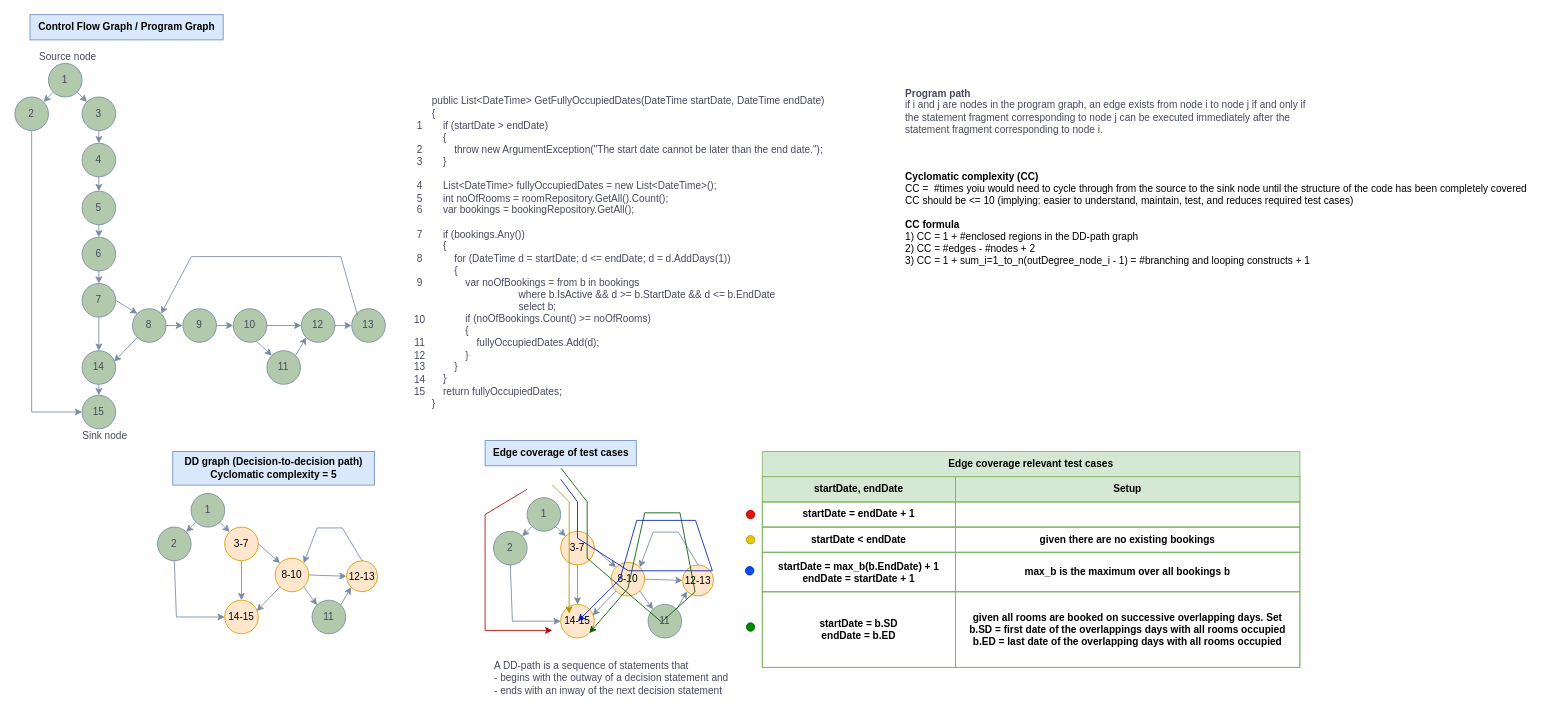
leaand01/WhiteBoxTesting_temp keeps this draw.io diagram as page "GetFullyOccupiedDates" (2 of 2) of Unavngivet diagram.drawio. Above is the earlier version. Source tidied: cells renumbered, new cells numbered last; positions are measured from the earlier drawing's top-left corner, leaving out a move shared by most shapes. Both pictures are drawn from the tidied source at 84%, with x=0, y=0 at pixel (14, 14).
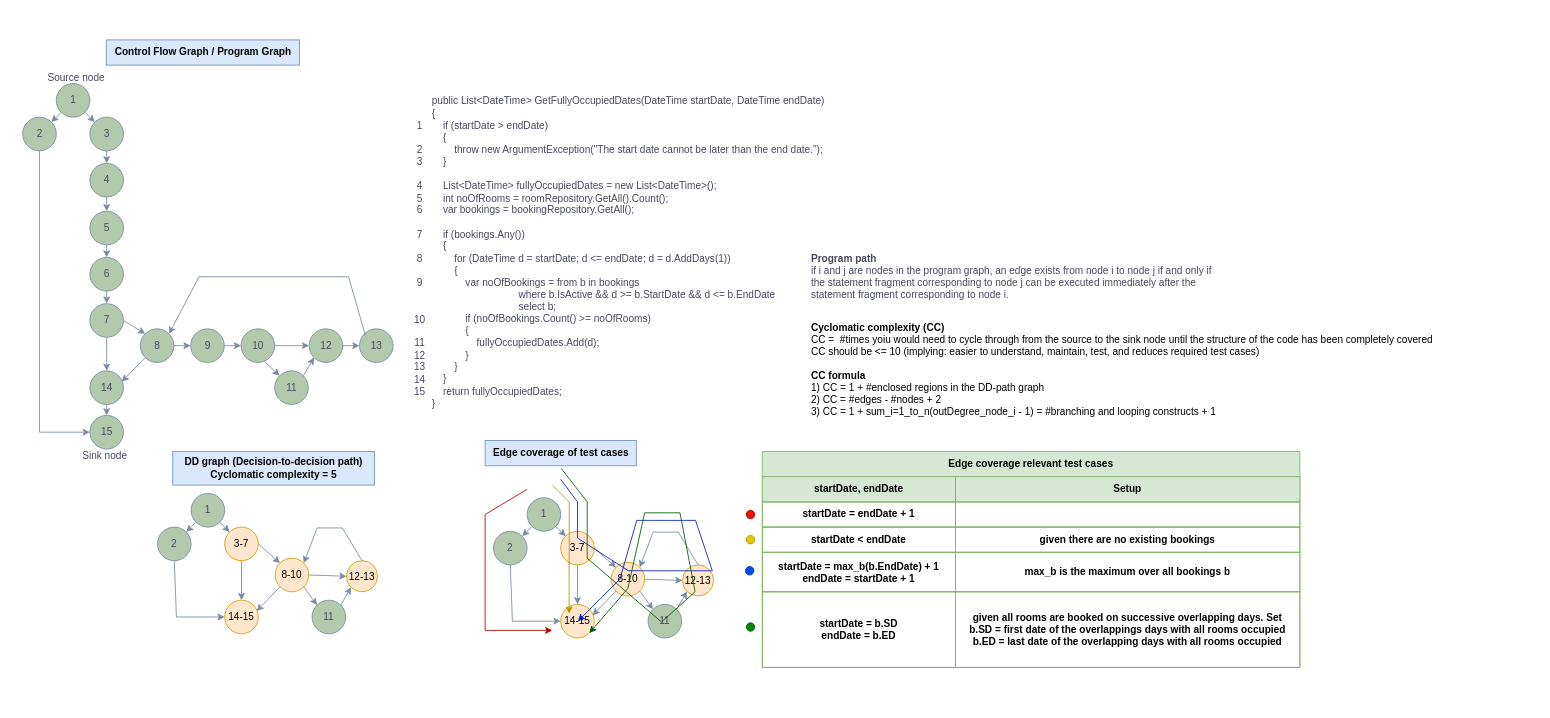
The same diagram, later.

Diff of the diagram source:
```diff
@@
     <mxCell id="4" value="&lt;b&gt;Control Flow Graph / Program Graph&lt;/b&gt;" style="text;html=1;align=center;verticalAlign=middle;strokeColor=#6c8ebf;fillColor=#dae8fc;labelBackgroundColor=none;" parent="1" vertex="1">
-      <mxGeometry x="18.2" width="230" height="30" as="geometry" />
+      <mxGeometry x="109" y="30" width="230" height="30" as="geometry" />
     </mxCell>
@@
     <mxCell id="6" value="&lt;div style=&quot;text-align: left;&quot;&gt;&lt;b style=&quot;background-color: initial;&quot;&gt;Cyclomatic complexity (CC)&lt;/b&gt;&lt;/div&gt;&lt;div&gt;&lt;div style=&quot;text-align: left;&quot;&gt;&lt;span style=&quot;background-color: initial;&quot;&gt;CC =&amp;nbsp; #times yoiu would need to cycle through from the source to the sink node until the structure of the code has been completely covered&lt;/span&gt;&lt;/div&gt;&lt;div style=&quot;text-align: left;&quot;&gt;CC should be &amp;lt;= 10 (implying: easier to&amp;nbsp;&lt;span style=&quot;background-color: initial;&quot;&gt;understand, maintain,&amp;nbsp;&lt;/span&gt;&lt;span style=&quot;background-color: initial;&quot;&gt;test, and reduces required test cases)&lt;/span&gt;&lt;/div&gt;&lt;/div&gt;&lt;div style=&quot;text-align: left;&quot;&gt;&lt;span style=&quot;background-color: initial;&quot;&gt;&lt;br&gt;&lt;/span&gt;&lt;/div&gt;&lt;div style=&quot;text-align: left;&quot;&gt;&lt;span style=&quot;background-color: initial;&quot;&gt;&lt;b&gt;CC formula&lt;/b&gt;&lt;/span&gt;&lt;/div&gt;&lt;div style=&quot;text-align: left;&quot;&gt;1) CC = 1 + #enclosed regions in the DD-path graph&lt;/div&gt;&lt;div style=&quot;text-align: left;&quot;&gt;2) CC = #edges - #nodes + 2&lt;/div&gt;&lt;div style=&quot;text-align: left;&quot;&gt;3) CC = 1 + sum_i=1_to_n(outDegree_node_i - 1) = #branching and looping constructs + 1&lt;/div&gt;&lt;div style=&quot;text-align: left;&quot;&gt;&lt;span style=&quot;background-color: initial;&quot;&gt;&lt;br&gt;&lt;/span&gt;&lt;/div&gt;" style="text;html=1;align=center;verticalAlign=middle;strokeColor=none;fillColor=none;" parent="1" vertex="1">
-      <mxGeometry x="1050" y="180" width="760" height="140" as="geometry" />
+      <mxGeometry x="938" y="360" width="760" height="140" as="geometry" />
     </mxCell>
     <mxCell id="7" value="1" style="ellipse;whiteSpace=wrap;html=1;labelBackgroundColor=none;fillColor=#B2C9AB;strokeColor=#788AA3;fontColor=#46495D;" parent="1" vertex="1">
-      <mxGeometry x="40.2" y="58" width="40" height="40" as="geometry" />
+      <mxGeometry x="49.5" y="82" width="40" height="40" as="geometry" />
     </mxCell>
     <mxCell id="8" value="2" style="ellipse;whiteSpace=wrap;html=1;labelBackgroundColor=none;fillColor=#B2C9AB;strokeColor=#788AA3;fontColor=#46495D;" parent="1" vertex="1">
-      <mxGeometry x="0.2" y="98" width="40" height="40" as="geometry" />
+      <mxGeometry x="9.5" y="122" width="40" height="40" as="geometry" />
     </mxCell>
     <mxCell id="9" value="3" style="ellipse;whiteSpace=wrap;html=1;labelBackgroundColor=none;fillColor=#B2C9AB;strokeColor=#788AA3;fontColor=#46495D;" parent="1" vertex="1">
-      <mxGeometry x="80.2" y="98" width="40" height="40" as="geometry" />
+      <mxGeometry x="89.5" y="122" width="40" height="40" as="geometry" />
     </mxCell>
     <mxCell id="10" value="4" style="ellipse;whiteSpace=wrap;html=1;labelBackgroundColor=none;fillColor=#B2C9AB;strokeColor=#788AA3;fontColor=#46495D;" parent="1" vertex="1">
-      <mxGeometry x="80.2" y="153" width="40" height="40" as="geometry" />
+      <mxGeometry x="89.5" y="177" width="40" height="40" as="geometry" />
     </mxCell>
     <mxCell id="11" value="5" style="ellipse;whiteSpace=wrap;html=1;labelBackgroundColor=none;fillColor=#B2C9AB;strokeColor=#788AA3;fontColor=#46495D;" parent="1" vertex="1">
-      <mxGeometry x="80.2" y="210" width="40" height="40" as="geometry" />
+      <mxGeometry x="89.5" y="234" width="40" height="40" as="geometry" />
     </mxCell>
     <mxCell id="12" value="6" style="ellipse;whiteSpace=wrap;html=1;labelBackgroundColor=none;fillColor=#B2C9AB;strokeColor=#788AA3;fontColor=#46495D;" parent="1" vertex="1">
-      <mxGeometry x="80.2" y="265" width="40" height="40" as="geometry" />
+      <mxGeometry x="89.5" y="289" width="40" height="40" as="geometry" />
     </mxCell>
     <mxCell id="13" value="7" style="ellipse;whiteSpace=wrap;html=1;labelBackgroundColor=none;fillColor=#B2C9AB;strokeColor=#788AA3;fontColor=#46495D;" parent="1" vertex="1">
-      <mxGeometry x="80.2" y="320" width="40" height="40" as="geometry" />
+      <mxGeometry x="89.5" y="344" width="40" height="40" as="geometry" />
     </mxCell>
     <mxCell id="14" value="8" style="ellipse;whiteSpace=wrap;html=1;labelBackgroundColor=none;fillColor=#B2C9AB;strokeColor=#788AA3;fontColor=#46495D;" parent="1" vertex="1">
-      <mxGeometry x="140.2" y="350" width="40" height="40" as="geometry" />
+      <mxGeometry x="149.5" y="374" width="40" height="40" as="geometry" />
     </mxCell>
     <mxCell id="15" value="9" style="ellipse;whiteSpace=wrap;html=1;labelBackgroundColor=none;fillColor=#B2C9AB;strokeColor=#788AA3;fontColor=#46495D;" parent="1" vertex="1">
-      <mxGeometry x="200.2" y="350" width="40" height="40" as="geometry" />
+      <mxGeometry x="209.5" y="374" width="40" height="40" as="geometry" />
     </mxCell>
     <mxCell id="16" value="10" style="ellipse;whiteSpace=wrap;html=1;labelBackgroundColor=none;fillColor=#B2C9AB;strokeColor=#788AA3;fontColor=#46495D;" parent="1" vertex="1">
-      <mxGeometry x="260.2" y="350" width="40" height="40" as="geometry" />
+      <mxGeometry x="269.5" y="374" width="40" height="40" as="geometry" />
     </mxCell>
     <mxCell id="17" value="11" style="ellipse;whiteSpace=wrap;html=1;labelBackgroundColor=none;fillColor=#B2C9AB;strokeColor=#788AA3;fontColor=#46495D;" parent="1" vertex="1">
-      <mxGeometry x="300.2" y="400" width="40" height="40" as="geometry" />
+      <mxGeometry x="309.5" y="424" width="40" height="40" as="geometry" />
     </mxCell>
     <mxCell id="18" value="12" style="ellipse;whiteSpace=wrap;html=1;labelBackgroundColor=none;fillColor=#B2C9AB;strokeColor=#788AA3;fontColor=#46495D;" parent="1" vertex="1">
-      <mxGeometry x="341.2" y="350" width="40" height="40" as="geometry" />
+      <mxGeometry x="350.5" y="374" width="40" height="40" as="geometry" />
     </mxCell>
     <mxCell id="19" value="14" style="ellipse;whiteSpace=wrap;html=1;labelBackgroundColor=none;fillColor=#B2C9AB;strokeColor=#788AA3;fontColor=#46495D;" parent="1" vertex="1">
-      <mxGeometry x="80.2" y="400" width="40" height="40" as="geometry" />
+      <mxGeometry x="89.5" y="424" width="40" height="40" as="geometry" />
     </mxCell>
     <mxCell id="20" value="15" style="ellipse;whiteSpace=wrap;html=1;labelBackgroundColor=none;fillColor=#B2C9AB;strokeColor=#788AA3;fontColor=#46495D;" parent="1" vertex="1">
-      <mxGeometry x="80.2" y="453" width="40" height="40" as="geometry" />
+      <mxGeometry x="89.5" y="477" width="40" height="40" as="geometry" />
     </mxCell>
     <mxCell id="21" style="edgeStyle=none;jettySize=auto;html=1;rounded=0;exitX=0.5;exitY=1;exitDx=0;exitDy=0;entryX=0;entryY=0.5;entryDx=0;entryDy=0;labelBackgroundColor=none;strokeColor=#788AA3;fontColor=default;" parent="1" edge="1" source="8" target="20">
       <mxGeometry relative="1" as="geometry">
         <Array as="points">
-          <mxPoint x="20.2" y="473" />
+          <mxPoint x="29.5" y="497" />
         </Array>
       </mxGeometry>
     </mxCell>
@@
     <mxCell id="31" value="13" style="ellipse;whiteSpace=wrap;html=1;labelBackgroundColor=none;fillColor=#B2C9AB;strokeColor=#788AA3;fontColor=#46495D;" parent="1" vertex="1">
-      <mxGeometry x="401.2" y="350" width="40" height="40" as="geometry" />
+      <mxGeometry x="410.5" y="374" width="40" height="40" as="geometry" />
     </mxCell>
     <mxCell id="32" style="edgeStyle=none;jettySize=auto;html=1;rounded=0;entryX=1;entryY=0;entryDx=0;entryDy=0;labelBackgroundColor=none;strokeColor=#788AA3;fontColor=default;" parent="1" edge="1" target="14">
       <mxGeometry relative="1" as="geometry">
-        <mxPoint x="408.2" y="358" as="sourcePoint" />
+        <mxPoint x="417.5" y="382" as="sourcePoint" />
         <Array as="points">
-          <mxPoint x="388.2" y="288" />
-          <mxPoint x="210.2" y="288" />
+          <mxPoint x="397.5" y="312" />
+          <mxPoint x="219.5" y="312" />
         </Array>
       </mxGeometry>
     </mxCell>
     <mxCell id="33" value="Sink node" style="text;html=1;align=center;verticalAlign=middle;strokeColor=none;fillColor=none;fontColor=#46495D;" parent="1" vertex="1">
-      <mxGeometry x="67.2" y="487" width="80" height="30" as="geometry" />
+      <mxGeometry x="67.2" y="510" width="80" height="30" as="geometry" />
     </mxCell>
@@
     <mxCell id="41" value="&lt;div style=&quot;text-align: left;&quot;&gt;&lt;b style=&quot;background-color: initial;&quot;&gt;Program path&lt;/b&gt;&lt;/div&gt;&lt;div style=&quot;text-align: left;&quot;&gt;if i and j are nodes in the program graph, an edge exists from node i to node j if and only if&amp;nbsp;&lt;/div&gt;&lt;div style=&quot;text-align: left;&quot;&gt;the statement fragment corresponding to node j can be executed immediately after the&lt;/div&gt;&lt;div style=&quot;text-align: left;&quot;&gt;statement fragment corresponding to node i.&lt;br&gt;&lt;/div&gt;" style="text;html=1;align=center;verticalAlign=middle;strokeColor=none;fillColor=none;fontColor=#46495D;" parent="1" vertex="1">
-      <mxGeometry x="1050" y="80" width="500" height="70" as="geometry" />
+      <mxGeometry x="938" y="277" width="500" height="70" as="geometry" />
     </mxCell>
@@
-    <mxCell id="59" value="&lt;div style=&quot;text-align: left;&quot;&gt;A DD-path is a sequence of statements that&amp;nbsp;&lt;/div&gt;&lt;div style=&quot;text-align: left;&quot;&gt;- begins with the outway of a decision statement&amp;nbsp;&lt;span style=&quot;background-color: initial;&quot;&gt;and&lt;/span&gt;&lt;/div&gt;&lt;div style=&quot;text-align: left;&quot;&gt;&lt;span style=&quot;background-color: initial;&quot;&gt;- ends with an inway of the next decision statement&lt;/span&gt;&lt;/div&gt;" style="text;html=1;align=center;verticalAlign=middle;strokeColor=none;fillColor=none;fontColor=#46495D;" parent="1" vertex="1">
-      <mxGeometry x="560" y="760" width="300" height="60" as="geometry" />
-    </mxCell>
@@
     <mxCell id="85" value="Source node" style="text;html=1;align=center;verticalAlign=middle;strokeColor=none;fillColor=none;fontColor=#46495D;" parent="1" vertex="1">
-      <mxGeometry x="18.2" y="36" width="90" height="30" as="geometry" />
+      <mxGeometry x="27.5" y="60" width="90" height="30" as="geometry" />
     </mxCell>
```
